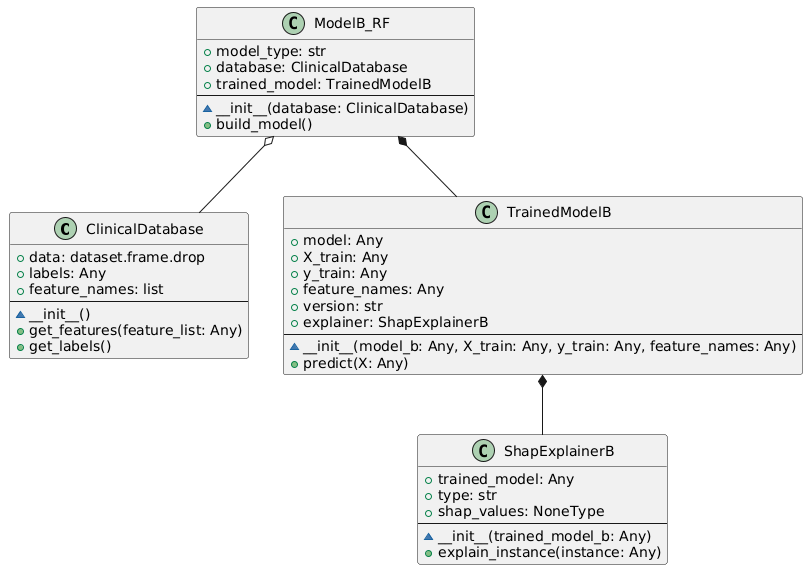
This is ClinicalModule/clinical_shap_UMLOOMODELER_diagram.png from miklotovx/UMLOOModeler, a PlantUML export, as it was before one commit. The source it was exported from:
```plantuml
@startuml

class "ClinicalDatabase" {
  + data: dataset.frame.drop
  + labels: Any
  + feature_names: list
  --
  ~ __init__()
  + get_features(feature_list: Any)
  + get_labels()
}

class "ModelB_RF" {
  + model_type: str
  + database: ClinicalDatabase
  + trained_model: TrainedModelB
  --
  ~ __init__(database: ClinicalDatabase)
  + build_model()
}

class "TrainedModelB" {
  + model: Any
  + X_train: Any
  + y_train: Any
  + feature_names: Any
  + version: str
  + explainer: ShapExplainerB
  --
  ~ __init__(model_b: Any, X_train: Any, y_train: Any, feature_names: Any)
  + predict(X: Any)
}

class "ShapExplainerB" {
  + trained_model: Any
  + type: str
  + shap_values: NoneType
  --
  ~ __init__(trained_model_b: Any)
  + explain_instance(instance: Any)
}

ModelB_RF *-- TrainedModelB
TrainedModelB *-- ShapExplainerB
ModelB_RF o-- ClinicalDatabase
@enduml
```
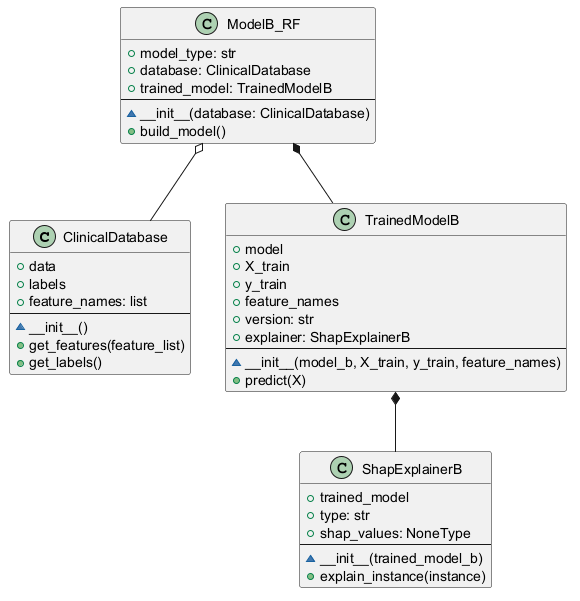
The same file after the commit.

The edit, as a diff of the source:
```diff
@@ -1,12 +1,12 @@
 @startuml
 
 class "ClinicalDatabase" {
-  + data: dataset.frame.drop
-  + labels: Any
+  + data
+  + labels
   + feature_names: list
   --
   ~ __init__()
-  + get_features(feature_list: Any)
+  + get_features(feature_list)
   + get_labels()
 }
 
@@ -20,24 +20,24 @@
 }
 
 class "TrainedModelB" {
-  + model: Any
-  + X_train: Any
-  + y_train: Any
-  + feature_names: Any
+  + model
+  + X_train
+  + y_train
+  + feature_names
   + version: str
   + explainer: ShapExplainerB
   --
-  ~ __init__(model_b: Any, X_train: Any, y_train: Any, feature_names: Any)
-  + predict(X: Any)
+  ~ __init__(model_b, X_train, y_train, feature_names)
+  + predict(X)
 }
 
 class "ShapExplainerB" {
-  + trained_model: Any
+  + trained_model
   + type: str
   + shap_values: NoneType
   --
-  ~ __init__(trained_model_b: Any)
-  + explain_instance(instance: Any)
+  ~ __init__(trained_model_b)
+  + explain_instance(instance)
 }
 
 ModelB_RF *-- TrainedModelB
```
